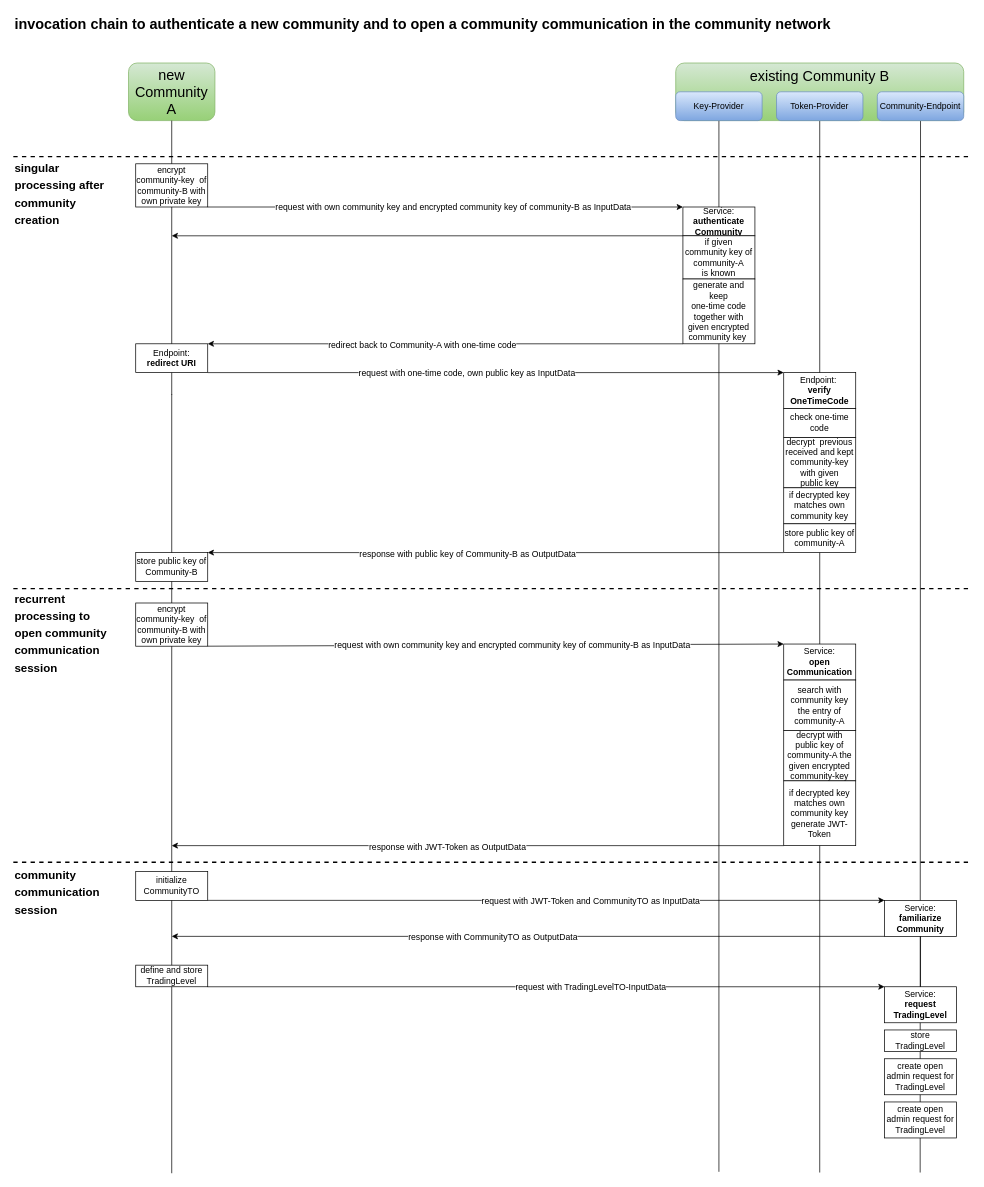
This is docu/Concepts/BusinessRequirements/graphics/AuthenticateCommunityCommunication.drawio from gradido/gradido, a draw.io file, before an edit. Source tidied: cells renumbered, new cells numbered last; positions are measured from the earlier drawing's top-left corner, leaving out a move shared by most shapes. Both pictures are drawn from the tidied source at 72%, with x=0, y=0 at pixel (13, 12).
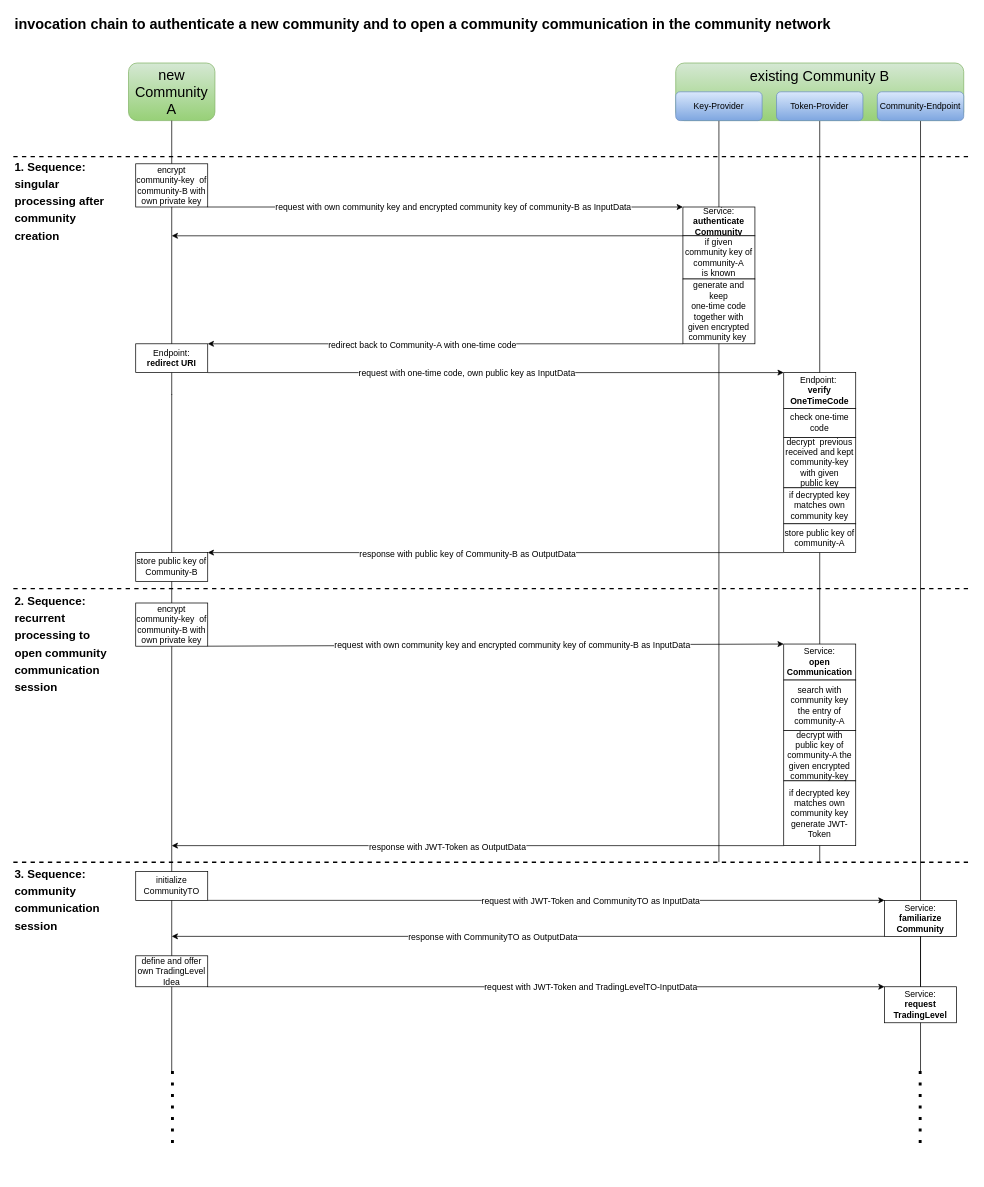
The same page after the edit.

Commit message (it also covers changes not shown here):
Usecase erstelleCommunity inkl. Authentication fast fertig

The change refers to these unchanged cells:
```xml
<mxCell id="17" style="endArrow=classic;html=1;fontSize=12;entryX=0;entryY=0;entryDx=0;entryDy=0;exitX=1;exitY=1;exitDx=0;exitDy=0;" parent="1" edge="1" target="16">
  <mxGeometry relative="1" as="geometry">
    <mxPoint x="270" y="1353" as="sourcePoint" />
  </mxGeometry>
</mxCell>
<mxCell id="22" value="Service:&lt;br&gt;&lt;b&gt;authenticate&lt;br&gt;Community&lt;/b&gt;" style="rounded=0;whiteSpace=wrap;html=1;fontSize=12;" parent="1" vertex="1">
  <mxGeometry x="930" y="270" width="100" height="40" as="geometry" />
</mxCell>
<mxCell id="58" value="Token-Provider" style="rounded=1;whiteSpace=wrap;html=1;fillColor=#dae8fc;gradientColor=#7ea6e0;strokeColor=#6c8ebf;" parent="1" vertex="1">
  <mxGeometry x="1060" y="110" width="120" height="40" as="geometry" />
</mxCell>
<mxCell id="59" value="Community-Endpoint" style="rounded=1;whiteSpace=wrap;html=1;fillColor=#dae8fc;gradientColor=#7ea6e0;strokeColor=#6c8ebf;" parent="1" vertex="1">
  <mxGeometry x="1200" y="110" width="120" height="40" as="geometry" />
</mxCell>
```

The edit, as a diff of the source:
```diff
@@
+    <mxCell id="26" style="endArrow=none;html=1;fontSize=20;" parent="1" edge="1">
+      <mxGeometry relative="1" as="geometry">
+        <mxPoint x="220" y="1470" as="sourcePoint" />
+        <mxPoint x="220" y="530" as="targetPoint" />
+      </mxGeometry>
+    </mxCell>
     <mxCell id="2" style="endArrow=none;html=1;entryX=0.5;entryY=1;entryDx=0;entryDy=0;" parent="1" edge="1" target="59">
       <mxGeometry relative="1" as="geometry">
-        <mxPoint x="1259.5" y="1611" as="sourcePoint" />
+        <mxPoint x="1260" y="1470" as="sourcePoint" />
       </mxGeometry>
     </mxCell>
     <mxCell id="3" style="endArrow=none;html=1;entryX=0.5;entryY=1;entryDx=0;entryDy=0;" parent="1" edge="1" target="58">
       <mxGeometry relative="1" as="geometry">
-        <mxPoint x="1120" y="1611" as="sourcePoint" />
+        <mxPoint x="1120" y="1180" as="sourcePoint" />
       </mxGeometry>
     </mxCell>
@@
-    <mxCell id="18" value="request with TradingLevelTO-InputData" style="edgeLabel;html=1;align=center;verticalAlign=middle;fontSize=12;" parent="17" vertex="1">
+    <mxCell id="18" value="request with JWT-Token and TradingLevelTO-InputData" style="edgeLabel;html=1;align=center;verticalAlign=middle;fontSize=12;" parent="17" vertex="1">
       <mxGeometry x="0.13" relative="1" as="geometry" />
     </mxCell>
-    <mxCell id="19" value="store&lt;br&gt;TradingLevel" style="rounded=0;whiteSpace=wrap;html=1;fontSize=12;" parent="1" vertex="1">
-      <mxGeometry x="1210" y="1413" width="100" height="30" as="geometry" />
-    </mxCell>
-    <mxCell id="20" value="create open admin request for&lt;br&gt;TradingLevel" style="rounded=0;whiteSpace=wrap;html=1;fontSize=12;" parent="1" vertex="1">
-      <mxGeometry x="1210" y="1453" width="100" height="50" as="geometry" />
-    </mxCell>
-    <mxCell id="21" value="create open admin request for&lt;br&gt;TradingLevel" style="rounded=0;whiteSpace=wrap;html=1;fontSize=12;" parent="1" vertex="1">
-      <mxGeometry x="1210" y="1513" width="100" height="50" as="geometry" />
-    </mxCell>
@@
     <mxCell id="23" style="endArrow=none;html=1;fontSize=20;entryX=0.5;entryY=1;entryDx=0;entryDy=0;startArrow=none;" parent="1" edge="1" target="22">
       <mxGeometry relative="1" as="geometry">
-        <mxPoint x="980" y="1610" as="sourcePoint" />
+        <mxPoint x="980" y="1180" as="sourcePoint" />
       </mxGeometry>
     </mxCell>
@@
-    <mxCell id="26" style="endArrow=none;html=1;fontSize=20;" parent="1" edge="1">
-      <mxGeometry relative="1" as="geometry">
-        <mxPoint x="220" y="1612" as="sourcePoint" />
-        <mxPoint x="220" y="530" as="targetPoint" />
-      </mxGeometry>
-    </mxCell>
@@
-    <mxCell id="35" value="define and store&lt;br&gt;TradingLevel" style="rounded=0;whiteSpace=wrap;html=1;fontSize=12;" parent="1" vertex="1">
-      <mxGeometry x="170" y="1323" width="100" height="30" as="geometry" />
+    <mxCell id="35" value="define and offer&lt;br&gt;own TradingLevel Idea" style="rounded=0;whiteSpace=wrap;html=1;fontSize=12;" parent="1" vertex="1">
+      <mxGeometry x="170" y="1310" width="100" height="43" as="geometry" />
     </mxCell>
@@
-    <mxCell id="61" value="&lt;font style=&quot;font-size: 16px&quot;&gt;singular processing after community creation&lt;/font&gt;" style="text;html=1;strokeColor=none;fillColor=none;align=left;verticalAlign=middle;whiteSpace=wrap;rounded=0;fontStyle=1;fontSize=20;" parent="1" vertex="1">
-      <mxGeometry y="200" width="140" height="100" as="geometry" />
+    <mxCell id="61" value="&lt;font style=&quot;font-size: 16px&quot;&gt;1. Sequence:&lt;br&gt;singular processing after community creation&lt;/font&gt;" style="text;html=1;strokeColor=none;fillColor=none;align=left;verticalAlign=middle;whiteSpace=wrap;rounded=0;fontStyle=1;fontSize=20;" parent="1" vertex="1">
+      <mxGeometry y="200" width="140" height="120" as="geometry" />
     </mxCell>
-    <mxCell id="62" value="&lt;font style=&quot;font-size: 16px&quot;&gt;recurrent processing to open community communication session&lt;/font&gt;" style="text;html=1;strokeColor=none;fillColor=none;align=left;verticalAlign=middle;whiteSpace=wrap;rounded=0;fontStyle=1;fontSize=20;" parent="1" vertex="1">
-      <mxGeometry y="800" width="140" height="120" as="geometry" />
+    <mxCell id="62" value="&lt;font style=&quot;font-size: 16px&quot;&gt;2. Sequence:&lt;br&gt;recurrent processing to open community communication session&lt;/font&gt;" style="text;html=1;strokeColor=none;fillColor=none;align=left;verticalAlign=middle;whiteSpace=wrap;rounded=0;fontStyle=1;fontSize=20;" parent="1" vertex="1">
+      <mxGeometry y="800" width="140" height="150" as="geometry" />
     </mxCell>
@@
-    <mxCell id="64" value="&lt;font style=&quot;font-size: 16px&quot;&gt;community communication session&lt;/font&gt;" style="text;html=1;strokeColor=none;fillColor=none;align=left;verticalAlign=middle;whiteSpace=wrap;rounded=0;fontStyle=1;fontSize=20;" parent="1" vertex="1">
-      <mxGeometry y="1180" width="140" height="80" as="geometry" />
+    <mxCell id="64" value="&lt;font style=&quot;font-size: 16px&quot;&gt;3. Sequence:&lt;br&gt;community communication session&lt;/font&gt;" style="text;html=1;strokeColor=none;fillColor=none;align=left;verticalAlign=middle;whiteSpace=wrap;rounded=0;fontStyle=1;fontSize=20;" parent="1" vertex="1">
+      <mxGeometry y="1180" width="140" height="100" as="geometry" />
     </mxCell>
+    <mxCell id="65" style="endArrow=none;dashed=1;html=1;dashPattern=1 3;strokeWidth=4;" parent="1" edge="1">
+      <mxGeometry relative="1" as="geometry">
+        <mxPoint x="221" y="1570" as="sourcePoint" />
+        <mxPoint x="221" y="1470" as="targetPoint" />
+      </mxGeometry>
+    </mxCell>
+    <mxCell id="66" style="endArrow=none;dashed=1;html=1;dashPattern=1 3;strokeWidth=4;" parent="1" edge="1">
+      <mxGeometry relative="1" as="geometry">
+        <mxPoint x="1259.5" y="1570" as="sourcePoint" />
+        <mxPoint x="1259.5" y="1470" as="targetPoint" />
+      </mxGeometry>
+    </mxCell>
```
